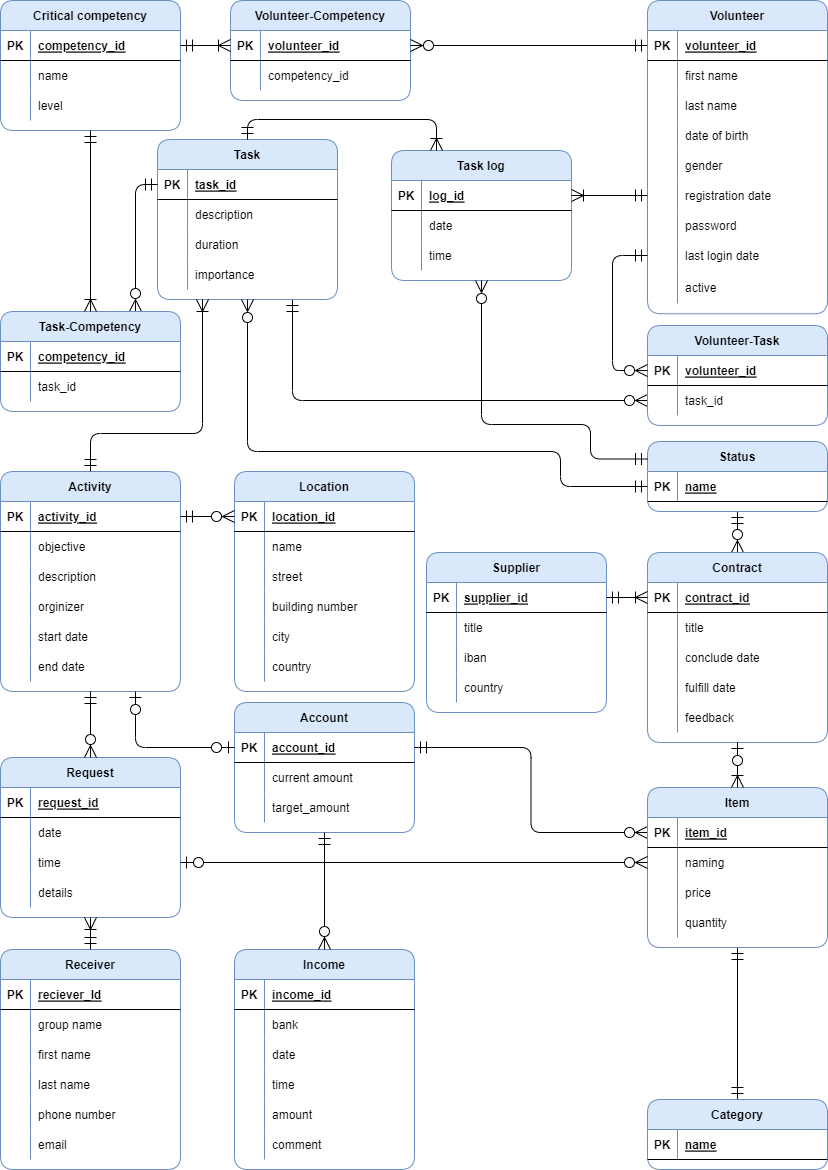
Earlier version of the draw.io export ERD.png (C4ptainHook/Database-Coursework). Source tidied: cells renumbered, new cells last; positions are measured from the earlier drawing's top-left corner, leaving out a move shared by most shapes.
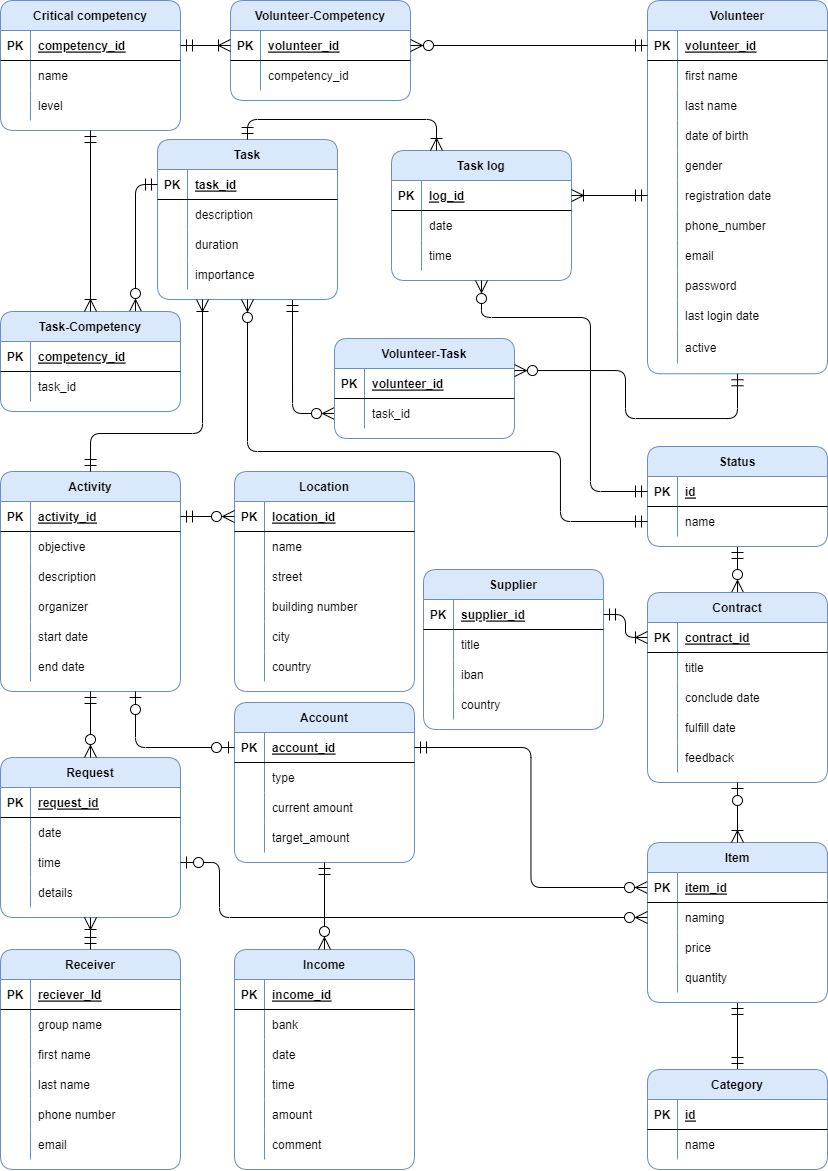
Above is the later version.

What changed in the source:
```diff
@@ -3,7 +3,7 @@
     <mxCell id="0" />
     <mxCell id="1" parent="0" />
     <mxCell id="2" value="Supplier" style="shape=table;startSize=30;rowLines=0;fontStyle=1;align=center;rounded=1;fillColor=#dae8fc;strokeColor=#6c8ebf;" parent="1" vertex="1">
-      <mxGeometry x="426" y="552" width="180" height="160" as="geometry" />
+      <mxGeometry x="423" y="569" width="180" height="160" as="geometry" />
     </mxCell>
     <mxCell id="3" style="shape=tableRow;horizontal=0;startSize=0;swimlaneHead=0;swimlaneBody=0;fillColor=none;points=[[0,0.5],[1,0.5]];portConstraint=eastwest;top=0;left=0;right=0;bottom=1;rounded=1;" parent="2" vertex="1">
       <mxGeometry y="30" width="180" height="30" as="geometry" />
@@ -45,7 +45,7 @@
       <mxGeometry relative="1" as="geometry" />
     </mxCell>
     <mxCell id="16" value="Contract" style="shape=table;startSize=30;rowLines=0;fontStyle=1;align=center;rounded=1;fillColor=#dae8fc;strokeColor=#6c8ebf;" parent="1" vertex="1">
-      <mxGeometry x="647" y="552" width="180" height="190" as="geometry" />
+      <mxGeometry x="647" y="592" width="180" height="190" as="geometry" />
     </mxCell>
     <mxCell id="17" style="shape=tableRow;horizontal=0;startSize=0;swimlaneHead=0;swimlaneBody=0;fillColor=none;points=[[0,0.5],[1,0.5]];portConstraint=eastwest;top=0;left=0;right=0;bottom=1;rounded=1;" parent="16" vertex="1">
       <mxGeometry y="30" width="180" height="30" as="geometry" />
@@ -128,7 +128,7 @@
     <mxCell id="43" style="shape=partialRectangle;fillColor=none;top=0;left=0;bottom=0;right=0;overflow=hidden;rounded=1;" parent="42" vertex="1">
       <mxGeometry width="30" height="30" as="geometry" />
     </mxCell>
-    <mxCell id="44" value="orginizer" style="shape=partialRectangle;fillColor=none;top=0;left=0;bottom=0;right=0;align=left;spacingLeft=6;overflow=hidden;rounded=1;" parent="42" vertex="1">
+    <mxCell id="44" value="organizer" style="shape=partialRectangle;fillColor=none;top=0;left=0;bottom=0;right=0;align=left;spacingLeft=6;overflow=hidden;rounded=1;" parent="42" vertex="1">
       <mxGeometry x="30" width="150" height="30" as="geometry" />
     </mxCell>
     <mxCell id="45" style="shape=tableRow;horizontal=0;startSize=0;swimlaneHead=0;swimlaneBody=0;fillColor=none;top=0;left=0;right=0;bottom=0;rounded=1;" parent="32" vertex="1">
@@ -306,7 +306,7 @@
       <mxGeometry x="30" width="150" height="30" as="geometry" />
     </mxCell>
     <mxCell id="103" value="Account" style="shape=table;startSize=30;rowLines=0;fontStyle=1;align=center;rounded=1;fillColor=#dae8fc;strokeColor=#6c8ebf;" parent="1" vertex="1">
-      <mxGeometry x="234" y="702" width="180" height="130" as="geometry" />
+      <mxGeometry x="234" y="702" width="180" height="160" as="geometry" />
     </mxCell>
     <mxCell id="104" style="shape=tableRow;horizontal=0;startSize=0;swimlaneHead=0;swimlaneBody=0;fillColor=none;points=[[0,0.5],[1,0.5]];portConstraint=eastwest;top=0;left=0;right=0;bottom=1;rounded=1;" parent="103" vertex="1">
       <mxGeometry y="30" width="180" height="30" as="geometry" />
@@ -317,8 +317,17 @@
     <mxCell id="106" value="account_id" style="shape=partialRectangle;fillColor=none;top=0;left=0;bottom=0;right=0;align=left;spacingLeft=6;fontStyle=5;overflow=hidden;rounded=1;" parent="104" vertex="1">
       <mxGeometry x="30" width="150" height="30" as="geometry" />
     </mxCell>
+    <mxCell id="255" style="shape=tableRow;horizontal=0;startSize=0;swimlaneHead=0;swimlaneBody=0;fillColor=none;top=0;left=0;right=0;bottom=0;" parent="103" vertex="1">
+      <mxGeometry y="60" width="180" height="30" as="geometry" />
+    </mxCell>
+    <mxCell id="256" style="shape=partialRectangle;fillColor=none;top=0;left=0;bottom=0;right=0;overflow=hidden;" parent="255" vertex="1">
+      <mxGeometry width="30" height="30" as="geometry" />
+    </mxCell>
+    <mxCell id="257" value="type" style="shape=partialRectangle;fillColor=none;top=0;left=0;bottom=0;right=0;align=left;spacingLeft=6;overflow=hidden;" parent="255" vertex="1">
+      <mxGeometry x="30" width="150" height="30" as="geometry" />
+    </mxCell>
     <mxCell id="107" style="shape=tableRow;horizontal=0;startSize=0;swimlaneHead=0;swimlaneBody=0;fillColor=none;top=0;left=0;right=0;bottom=0;rounded=1;" parent="103" vertex="1">
-      <mxGeometry y="60" width="180" height="30" as="geometry" />
+      <mxGeometry y="90" width="180" height="30" as="geometry" />
     </mxCell>
     <mxCell id="108" style="shape=partialRectangle;fillColor=none;top=0;left=0;bottom=0;right=0;overflow=hidden;rounded=1;" parent="107" vertex="1">
       <mxGeometry width="30" height="30" as="geometry" />
@@ -327,7 +336,7 @@
       <mxGeometry x="30" width="150" height="30" as="geometry" />
     </mxCell>
     <mxCell id="110" style="shape=tableRow;horizontal=0;startSize=0;swimlaneHead=0;swimlaneBody=0;fillColor=none;top=0;left=0;right=0;bottom=0;rounded=1;" parent="103" vertex="1">
-      <mxGeometry y="90" width="180" height="30" as="geometry" />
+      <mxGeometry y="120" width="180" height="30" as="geometry" />
     </mxCell>
     <mxCell id="111" style="shape=partialRectangle;fillColor=none;top=0;left=0;bottom=0;right=0;overflow=hidden;rounded=1;" parent="110" vertex="1">
       <mxGeometry width="30" height="30" as="geometry" />
@@ -336,7 +345,7 @@
       <mxGeometry x="30" width="150" height="30" as="geometry" />
     </mxCell>
     <mxCell id="113" value="Volunteer" style="shape=table;startSize=30;rowLines=0;fontStyle=1;align=center;rounded=1;fillColor=#dae8fc;strokeColor=#6c8ebf;" parent="1" vertex="1">
-      <mxGeometry x="647" width="180" height="313.3" as="geometry" />
+      <mxGeometry x="647" width="180" height="373.3" as="geometry" />
     </mxCell>
     <mxCell id="114" style="shape=tableRow;horizontal=0;startSize=0;swimlaneHead=0;swimlaneBody=0;fillColor=none;points=[[0,0.5],[1,0.5]];portConstraint=eastwest;top=0;left=0;right=0;bottom=1;rounded=1;" parent="113" vertex="1">
       <mxGeometry y="30" width="180" height="30" as="geometry" />
@@ -392,8 +401,26 @@
     <mxCell id="131" value="registration date" style="shape=partialRectangle;fillColor=none;top=0;left=0;bottom=0;right=0;align=left;spacingLeft=6;overflow=hidden;rounded=1;" parent="129" vertex="1">
       <mxGeometry x="30" width="150" height="30" as="geometry" />
     </mxCell>
+    <mxCell id="258" style="shape=tableRow;horizontal=0;startSize=0;swimlaneHead=0;swimlaneBody=0;fillColor=none;top=0;left=0;right=0;bottom=0;" parent="113" vertex="1">
+      <mxGeometry y="210" width="180" height="30" as="geometry" />
+    </mxCell>
+    <mxCell id="259" style="shape=partialRectangle;fillColor=none;top=0;left=0;bottom=0;right=0;overflow=hidden;" parent="258" vertex="1">
+      <mxGeometry width="30" height="30" as="geometry" />
+    </mxCell>
+    <mxCell id="260" value="phone_number" style="shape=partialRectangle;fillColor=none;top=0;left=0;bottom=0;right=0;align=left;spacingLeft=6;overflow=hidden;" parent="258" vertex="1">
+      <mxGeometry x="30" width="150" height="30" as="geometry" />
+    </mxCell>
+    <mxCell id="261" style="shape=tableRow;horizontal=0;startSize=0;swimlaneHead=0;swimlaneBody=0;fillColor=none;top=0;left=0;right=0;bottom=0;" parent="113" vertex="1">
+      <mxGeometry y="240" width="180" height="30" as="geometry" />
+    </mxCell>
+    <mxCell id="262" style="shape=partialRectangle;fillColor=none;top=0;left=0;bottom=0;right=0;overflow=hidden;" parent="261" vertex="1">
+      <mxGeometry width="30" height="30" as="geometry" />
+    </mxCell>
+    <mxCell id="263" value="email" style="shape=partialRectangle;fillColor=none;top=0;left=0;bottom=0;right=0;align=left;spacingLeft=6;overflow=hidden;" parent="261" vertex="1">
+      <mxGeometry x="30" width="150" height="30" as="geometry" />
+    </mxCell>
     <mxCell id="132" style="shape=tableRow;horizontal=0;startSize=0;swimlaneHead=0;swimlaneBody=0;fillColor=none;top=0;left=0;right=0;bottom=0;rounded=1;" parent="113" vertex="1">
-      <mxGeometry y="210" width="180" height="30" as="geometry" />
+      <mxGeometry y="270" width="180" height="30" as="geometry" />
     </mxCell>
     <mxCell id="133" style="shape=partialRectangle;fillColor=none;top=0;left=0;bottom=0;right=0;overflow=hidden;rounded=1;" parent="132" vertex="1">
       <mxGeometry width="30" height="30" as="geometry" />
@@ -402,7 +429,7 @@
       <mxGeometry x="30" width="150" height="30" as="geometry" />
     </mxCell>
     <mxCell id="135" style="shape=tableRow;horizontal=0;startSize=0;swimlaneHead=0;swimlaneBody=0;fillColor=none;points=[[0,0.5],[1,0.5]];portConstraint=eastwest;top=0;left=0;right=0;bottom=0;rounded=1;" parent="113" vertex="1">
-      <mxGeometry y="240" width="180" height="30" as="geometry" />
+      <mxGeometry y="300" width="180" height="30" as="geometry" />
     </mxCell>
     <mxCell id="136" style="shape=partialRectangle;fillColor=none;top=0;left=0;bottom=0;right=0;overflow=hidden;rounded=1;" parent="135" vertex="1">
       <mxGeometry width="30" height="30" as="geometry" />
@@ -411,7 +438,7 @@
       <mxGeometry x="30" width="150" height="30" as="geometry" />
     </mxCell>
     <mxCell id="138" style="shape=tableRow;horizontal=0;startSize=0;swimlaneHead=0;swimlaneBody=0;fillColor=none;top=0;left=0;right=0;bottom=0;rounded=1;" parent="113" vertex="1">
-      <mxGeometry y="270" width="180" height="33" as="geometry" />
+      <mxGeometry y="330" width="180" height="33" as="geometry" />
     </mxCell>
     <mxCell id="139" style="shape=partialRectangle;fillColor=none;top=0;left=0;bottom=0;right=0;overflow=hidden;rounded=1;" parent="138" vertex="1">
       <mxGeometry width="30" height="33" as="geometry" />
@@ -458,7 +485,7 @@
       </mxGeometry>
     </mxCell>
     <mxCell id="152" value="Volunteer-Task" style="shape=table;startSize=30;rowLines=0;fontStyle=1;align=center;rounded=1;fillColor=#dae8fc;strokeColor=#6c8ebf;" parent="1" vertex="1">
-      <mxGeometry x="647" y="325" width="180" height="100" as="geometry" />
+      <mxGeometry x="334" y="338" width="180" height="100" as="geometry" />
     </mxCell>
     <mxCell id="153" style="shape=tableRow;horizontal=0;startSize=0;swimlaneHead=0;swimlaneBody=0;fillColor=none;points=[[0,0.5],[1,0.5]];portConstraint=eastwest;top=0;left=0;right=0;bottom=1;rounded=1;" parent="152" vertex="1">
       <mxGeometry y="30" width="180" height="30" as="geometry" />
@@ -539,7 +566,7 @@
       <mxGeometry relative="1" as="geometry" />
     </mxCell>
     <mxCell id="179" value="Item" style="shape=table;startSize=30;rowLines=0;fontStyle=1;align=center;rounded=1;fillColor=#dae8fc;strokeColor=#6c8ebf;" parent="1" vertex="1">
-      <mxGeometry x="647" y="787" width="180" height="160" as="geometry" />
+      <mxGeometry x="647" y="842" width="180" height="160" as="geometry" />
     </mxCell>
     <mxCell id="180" style="shape=tableRow;horizontal=0;startSize=0;swimlaneHead=0;swimlaneBody=0;fillColor=none;points=[[0,0.5],[1,0.5]];portConstraint=eastwest;top=0;left=0;right=0;bottom=1;rounded=1;" parent="179" vertex="1">
       <mxGeometry y="30" width="180" height="30" as="geometry" />
@@ -578,7 +605,12 @@
       <mxGeometry x="30" width="150" height="30" as="geometry" />
     </mxCell>
     <mxCell id="192" style="fontSize=12;html=1;endArrow=ERzeroToMany;startArrow=ERzeroToOne;rounded=1;startSize=10;endSize=10;exitX=1;exitY=0.5;exitDx=0;exitDy=0;entryX=0;entryY=0.5;entryDx=0;entryDy=0;endFill=0;startFill=0;edgeStyle=orthogonalEdgeStyle;" parent="1" edge="1" source="167" target="183">
-      <mxGeometry relative="1" as="geometry" />
+      <mxGeometry relative="1" as="geometry">
+        <Array as="points">
+          <mxPoint x="219" y="862" />
+          <mxPoint x="219" y="917" />
+        </Array>
+      </mxGeometry>
     </mxCell>
     <mxCell id="193" style="edgeStyle=orthogonalEdgeStyle;rounded=1;jettySize=auto;html=1;startArrow=ERmandOne;startFill=0;endArrow=ERzeroToMany;endFill=0;startSize=10;endSize=10;exitX=0;exitY=0.5;exitDx=0;exitDy=0;entryX=0.75;entryY=0;entryDx=0;entryDy=0;" parent="1" edge="1" source="91" target="194">
       <mxGeometry relative="1" as="geometry" />
@@ -604,11 +636,12 @@
     <mxCell id="200" value="task_id" style="shape=partialRectangle;fillColor=none;top=0;left=0;bottom=0;right=0;align=left;spacingLeft=6;overflow=hidden;rounded=1;" parent="198" vertex="1">
       <mxGeometry x="30" width="150" height="30" as="geometry" />
     </mxCell>
-    <mxCell id="201" style="edgeStyle=orthogonalEdgeStyle;rounded=1;jettySize=auto;html=1;startArrow=ERmandOne;startFill=0;endArrow=ERzeroToMany;endFill=0;startSize=10;endSize=10;entryX=0;entryY=0.5;entryDx=0;entryDy=0;exitX=0;exitY=0.5;exitDx=0;exitDy=0;" parent="1" edge="1" source="135" target="153">
+    <mxCell id="201" style="edgeStyle=orthogonalEdgeStyle;rounded=1;jettySize=auto;html=1;startArrow=ERmandOne;startFill=0;endArrow=ERzeroToMany;endFill=0;startSize=10;endSize=10;exitX=0.5;exitY=1;exitDx=0;exitDy=0;" parent="1" edge="1" source="113" target="153">
       <mxGeometry relative="1" as="geometry">
         <Array as="points">
-          <mxPoint x="612" y="255" />
-          <mxPoint x="612" y="370" />
+          <mxPoint x="737" y="418" />
+          <mxPoint x="625" y="418" />
+          <mxPoint x="625" y="370" />
         </Array>
       </mxGeometry>
     </mxCell>
@@ -643,7 +676,7 @@
       <mxGeometry relative="1" as="geometry" />
     </mxCell>
     <mxCell id="212" value="Category" style="shape=table;startSize=30;rowLines=0;fontStyle=1;align=center;rounded=1;fillColor=#dae8fc;strokeColor=#6c8ebf;" parent="1" vertex="1">
-      <mxGeometry x="647" y="1099" width="180" height="70" as="geometry" />
+      <mxGeometry x="647" y="1069" width="180" height="100" as="geometry" />
     </mxCell>
     <mxCell id="213" style="shape=tableRow;horizontal=0;startSize=0;swimlaneHead=0;swimlaneBody=0;fillColor=none;top=0;left=0;right=0;bottom=1;rounded=1;" parent="212" vertex="1">
       <mxGeometry y="30" width="180" height="30" as="geometry" />
@@ -651,9 +684,18 @@
     <mxCell id="214" value="PK" style="shape=partialRectangle;fillColor=none;top=0;left=0;bottom=0;right=0;fontStyle=1;overflow=hidden;rounded=1;" parent="213" vertex="1">
       <mxGeometry width="30" height="30" as="geometry" />
     </mxCell>
-    <mxCell id="215" value="name" style="shape=partialRectangle;fillColor=none;top=0;left=0;bottom=0;right=0;align=left;spacingLeft=6;fontStyle=5;overflow=hidden;rounded=1;" parent="213" vertex="1">
+    <mxCell id="215" value="id" style="shape=partialRectangle;fillColor=none;top=0;left=0;bottom=0;right=0;align=left;spacingLeft=6;fontStyle=5;overflow=hidden;rounded=1;" parent="213" vertex="1">
       <mxGeometry x="30" width="150" height="30" as="geometry" />
     </mxCell>
+    <mxCell id="264" style="shape=tableRow;horizontal=0;startSize=0;swimlaneHead=0;swimlaneBody=0;fillColor=none;top=0;left=0;right=0;bottom=0;" parent="212" vertex="1">
+      <mxGeometry y="60" width="180" height="30" as="geometry" />
+    </mxCell>
+    <mxCell id="265" style="shape=partialRectangle;fillColor=none;top=0;left=0;bottom=0;right=0;overflow=hidden;" parent="264" vertex="1">
+      <mxGeometry width="30" height="30" as="geometry" />
+    </mxCell>
+    <mxCell id="266" value="name" style="shape=partialRectangle;fillColor=none;top=0;left=0;bottom=0;right=0;align=left;spacingLeft=6;overflow=hidden;" parent="264" vertex="1">
+      <mxGeometry x="30" width="150" height="30" as="geometry" />
+    </mxCell>
     <mxCell id="216" style="edgeStyle=orthogonalEdgeStyle;rounded=1;jettySize=auto;html=1;exitX=0.5;exitY=1;exitDx=0;exitDy=0;entryX=0.5;entryY=0;entryDx=0;entryDy=0;startArrow=ERzeroToOne;startFill=0;endArrow=ERoneToMany;endFill=0;startSize=10;endSize=10;" parent="1" edge="1" source="16" target="179">
       <mxGeometry relative="1" as="geometry" />
     </mxCell>
@@ -718,7 +760,7 @@
       <mxGeometry relative="1" as="geometry" />
     </mxCell>
     <mxCell id="237" value="Status" style="shape=table;startSize=30;rowLines=0;fontStyle=1;align=center;rounded=1;fillColor=#dae8fc;strokeColor=#6c8ebf;" parent="1" vertex="1">
-      <mxGeometry x="647" y="441" width="180" height="70" as="geometry" />
+      <mxGeometry x="647" y="446" width="180" height="100" as="geometry" />
     </mxCell>
     <mxCell id="238" style="shape=tableRow;horizontal=0;startSize=0;swimlaneHead=0;swimlaneBody=0;fillColor=none;points=[[0,0.5],[1,0.5]];portConstraint=eastwest;top=0;left=0;right=0;bottom=1;rounded=1;" parent="237" vertex="1">
       <mxGeometry y="30" width="180" height="30" as="geometry" />
@@ -726,13 +768,22 @@
     <mxCell id="239" value="PK" style="shape=partialRectangle;fillColor=none;top=0;left=0;bottom=0;right=0;fontStyle=1;overflow=hidden;rounded=1;" parent="238" vertex="1">
       <mxGeometry width="30" height="30" as="geometry" />
     </mxCell>
-    <mxCell id="240" value="name" style="shape=partialRectangle;fillColor=none;top=0;left=0;bottom=0;right=0;align=left;spacingLeft=6;fontStyle=5;overflow=hidden;rounded=1;" parent="238" vertex="1">
+    <mxCell id="240" value="id" style="shape=partialRectangle;fillColor=none;top=0;left=0;bottom=0;right=0;align=left;spacingLeft=6;fontStyle=5;overflow=hidden;rounded=1;" parent="238" vertex="1">
       <mxGeometry x="30" width="150" height="30" as="geometry" />
     </mxCell>
+    <mxCell id="267" style="shape=tableRow;horizontal=0;startSize=0;swimlaneHead=0;swimlaneBody=0;fillColor=none;points=[[0,0.5],[1,0.5]];portConstraint=eastwest;top=0;left=0;right=0;bottom=0;" parent="237" vertex="1">
+      <mxGeometry y="60" width="180" height="30" as="geometry" />
+    </mxCell>
+    <mxCell id="268" style="shape=partialRectangle;fillColor=none;top=0;left=0;bottom=0;right=0;overflow=hidden;" parent="267" vertex="1">
+      <mxGeometry width="30" height="30" as="geometry" />
+    </mxCell>
+    <mxCell id="269" value="name" style="shape=partialRectangle;fillColor=none;top=0;left=0;bottom=0;right=0;align=left;spacingLeft=6;overflow=hidden;" parent="267" vertex="1">
+      <mxGeometry x="30" width="150" height="30" as="geometry" />
+    </mxCell>
-    <mxCell id="241" style="edgeStyle=orthogonalEdgeStyle;rounded=1;jettySize=auto;html=1;exitX=0;exitY=0.5;exitDx=0;exitDy=0;entryX=0.5;entryY=1;entryDx=0;entryDy=0;startArrow=ERmandOne;startFill=0;endArrow=ERzeroToMany;endFill=0;startSize=10;endSize=10;" parent="1" edge="1" source="238" target="90">
+    <mxCell id="241" style="edgeStyle=orthogonalEdgeStyle;rounded=1;jettySize=auto;html=1;exitX=0;exitY=0.5;exitDx=0;exitDy=0;entryX=0.5;entryY=1;entryDx=0;entryDy=0;startArrow=ERmandOne;startFill=0;endArrow=ERzeroToMany;endFill=0;startSize=10;endSize=10;" parent="1" edge="1" source="267" target="90">
       <mxGeometry relative="1" as="geometry">
         <Array as="points">
-          <mxPoint x="560" y="486" />
+          <mxPoint x="560" y="521" />
           <mxPoint x="560" y="451" />
           <mxPoint x="247" y="451" />
         </Array>
@@ -774,12 +825,12 @@
     <mxCell id="253" style="edgeStyle=orthogonalEdgeStyle;rounded=1;jettySize=auto;html=1;entryX=1;entryY=0.5;entryDx=0;entryDy=0;startArrow=ERmandOne;startFill=0;endSize=10;startSize=10;endArrow=ERoneToMany;endFill=0;exitX=0;exitY=0.5;exitDx=0;exitDy=0;" parent="1" edge="1" source="129" target="243">
       <mxGeometry relative="1" as="geometry" />
     </mxCell>
-    <mxCell id="254" style="edgeStyle=orthogonalEdgeStyle;rounded=1;jettySize=auto;html=1;entryX=0.5;entryY=1;entryDx=0;entryDy=0;startArrow=ERmandOne;startFill=0;endSize=10;startSize=10;endArrow=ERzeroToMany;endFill=0;exitX=0;exitY=0.25;exitDx=0;exitDy=0;" parent="1" edge="1" source="237" target="242">
+    <mxCell id="254" style="edgeStyle=orthogonalEdgeStyle;rounded=1;jettySize=auto;html=1;entryX=0.5;entryY=1;entryDx=0;entryDy=0;startArrow=ERmandOne;startFill=0;endSize=10;startSize=10;endArrow=ERzeroToMany;endFill=0;exitX=0;exitY=0.5;exitDx=0;exitDy=0;" parent="1" edge="1" source="238" target="242">
       <mxGeometry relative="1" as="geometry">
         <Array as="points">
-          <mxPoint x="590" y="459" />
-          <mxPoint x="590" y="424" />
-          <mxPoint x="481" y="424" />
+          <mxPoint x="590" y="491" />
+          <mxPoint x="590" y="317" />
+          <mxPoint x="481" y="317" />
         </Array>
       </mxGeometry>
     </mxCell>
```
